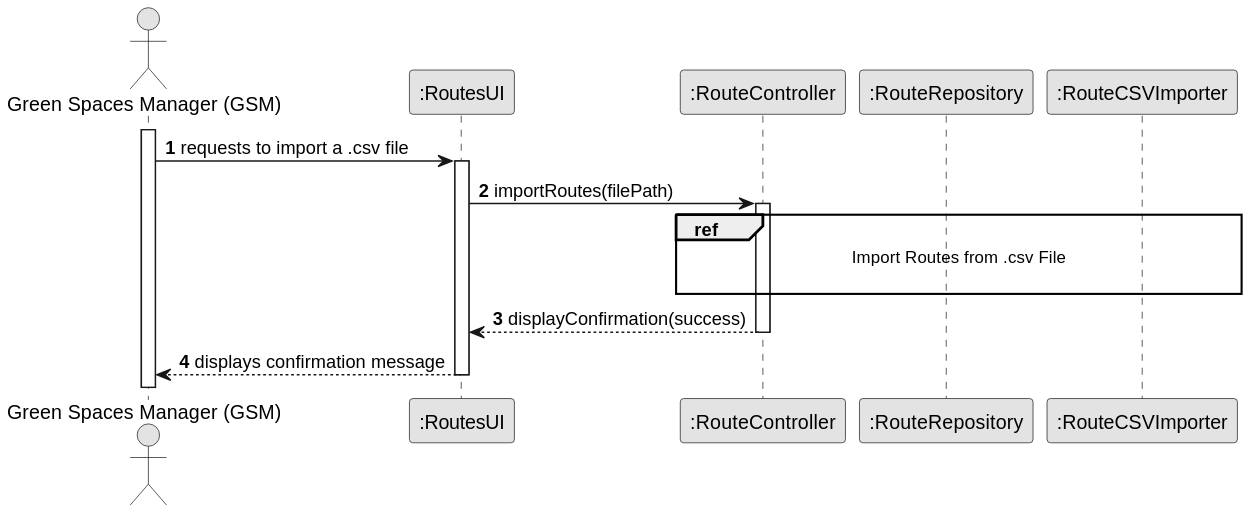
Before: docs/sprintB/us012/03.design/svg/us012-sequence-diagram-split.svg, a diagram exported from PlantUML (ricardomm7/leaflink).
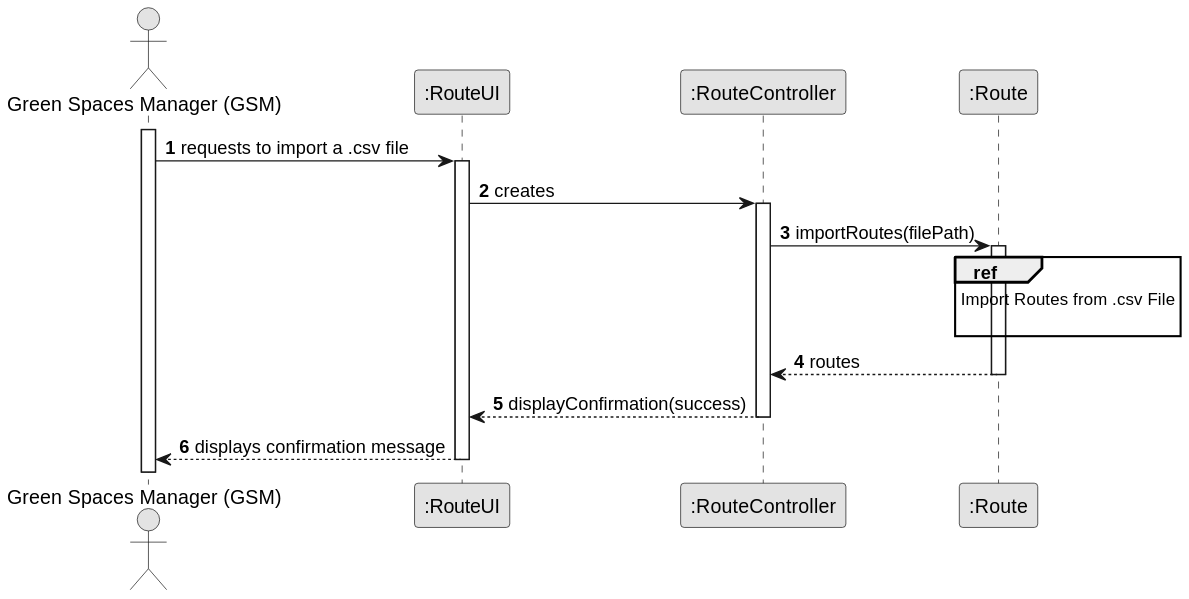
The same diagram one commit later.

Change to the diagram source:
```diff
@@ -6,26 +6,28 @@
 autonumber
 
 actor "Green Spaces Manager (GSM)" as GSM
-participant ":RoutesUI" as UI
+participant ":RouteUI" as UI
 participant ":RouteController" as CTR
-participant ":RouteRepository" as Repository
-participant ":RouteCSVImporter" as Importer
+participant ":Route" as Repository
 
 activate GSM
 
 GSM -> UI : requests to import a .csv file
 activate UI
 
-UI -> CTR : importRoutes(filePath)
+UI -> CTR : creates
 activate CTR
 
+CTR -> Repository : importRoutes(filePath)
+activate Repository
 
-    ref over CTR, Repository, Importer
+
+    ref over Repository
                         Import Routes from .csv File
 
                     end
-
-
+Repository --> CTR: routes
+deactivate Repository
 
 CTR --> UI : displayConfirmation(success)
 deactivate CTR
```
